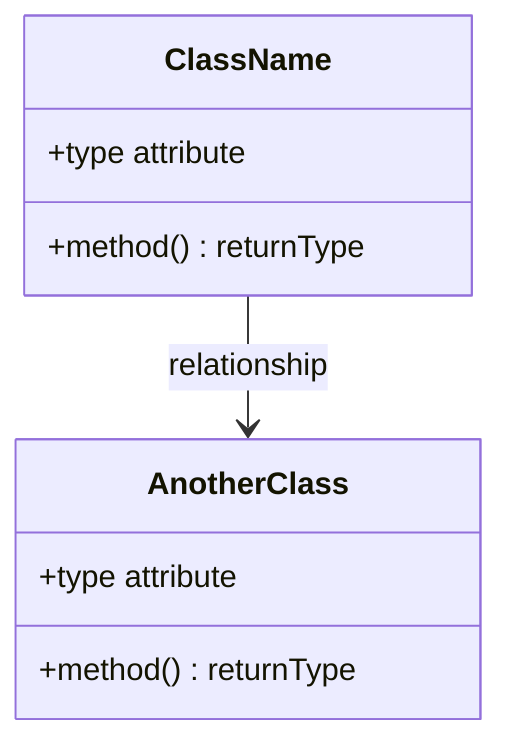
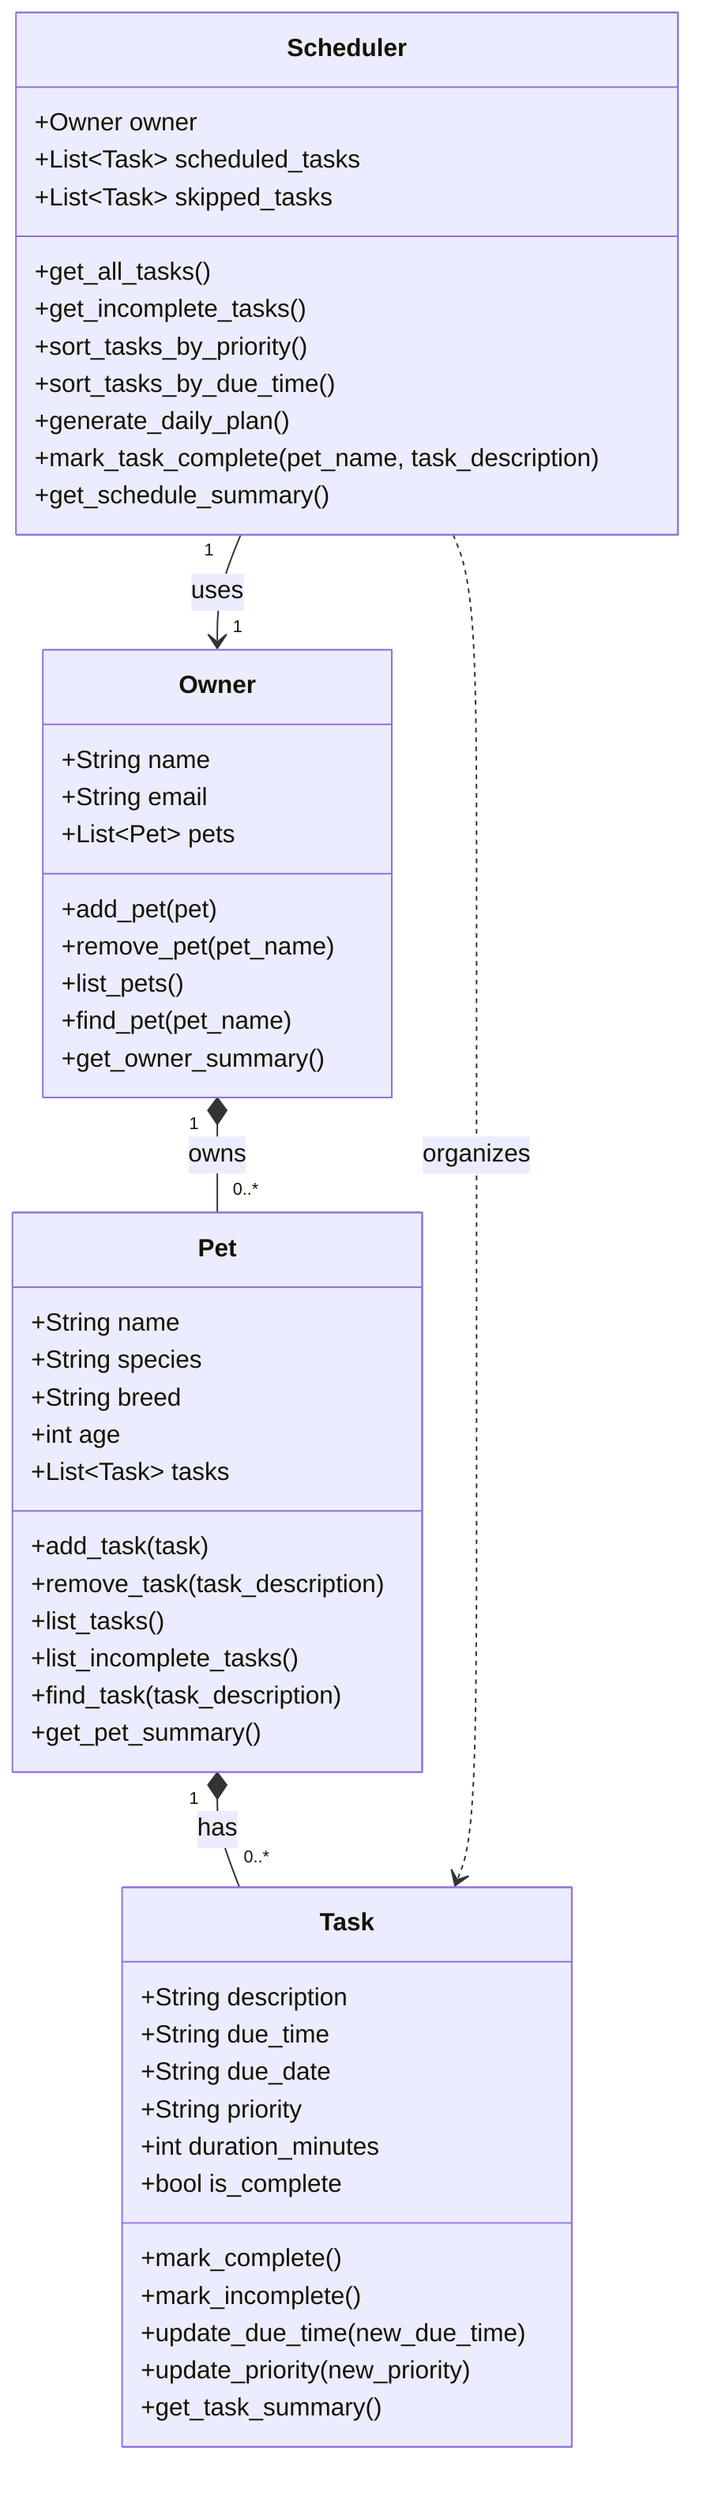
classDiagram
-     %% Replace the placeholders below with your actual classes, attributes, methods, and relationships.
-     %% Keep this file updated so it matches your final implementation.
+     class Owner {
+         +String name
+         +String email
+         +List~Pet~ pets

-     class ClassName {
-         +type attribute
-         +method() returnType
+         +add_pet(pet)
+         +remove_pet(pet_name)
+         +list_pets()
+         +find_pet(pet_name)
+         +get_owner_summary()
    }

-     class AnotherClass {
-         +type attribute
-         +method() returnType
+     class Pet {
+         +String name
+         +String species
+         +String breed
+         +int age
+         +List~Task~ tasks
+ 
+         +add_task(task)
+         +remove_task(task_description)
+         +list_tasks()
+         +list_incomplete_tasks()
+         +find_task(task_description)
+         +get_pet_summary()
    }

-     ClassName --> AnotherClass : relationship
+     class Task {
+         +String description
+         +String due_time
+         +String due_date
+         +String priority
+         +int duration_minutes
+         +bool is_complete
+ 
+         +mark_complete()
+         +mark_incomplete()
+         +update_due_time(new_due_time)
+         +update_priority(new_priority)
+         +get_task_summary()
+     }
+ 
+     class Scheduler {
+         +Owner owner
+         +List~Task~ scheduled_tasks
+         +List~Task~ skipped_tasks
+ 
+         +get_all_tasks()
+         +get_incomplete_tasks()
+         +sort_tasks_by_priority()
+         +sort_tasks_by_due_time()
+         +generate_daily_plan()
+         +mark_task_complete(pet_name, task_description)
+         +get_schedule_summary()
+     }
+ 
+     Owner "1" *-- "0..*" Pet : owns
+     Pet "1" *-- "0..*" Task : has
+     Scheduler "1" --> "1" Owner : uses
+     Scheduler ..> Task : organizes
